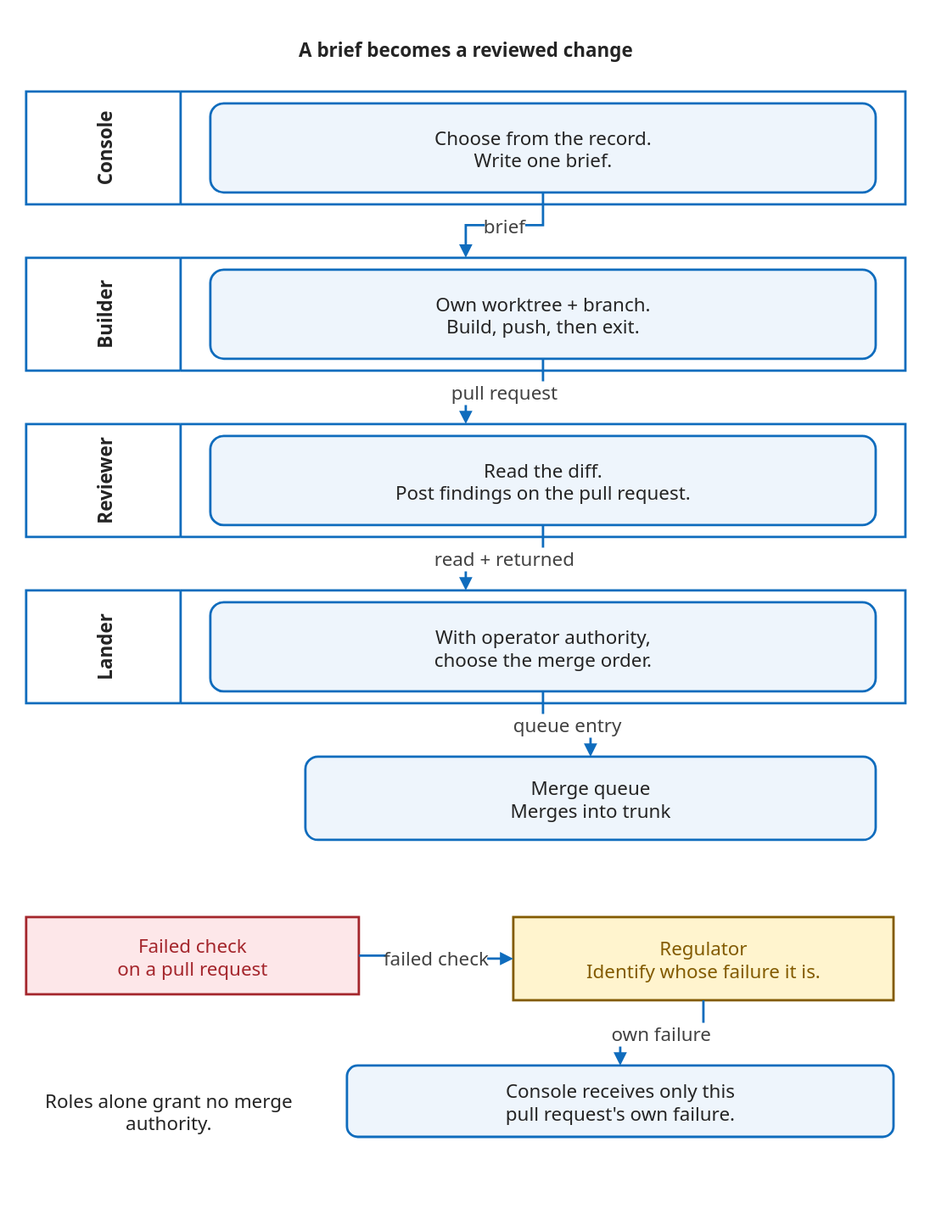
Before: docs/assets/diagrams/g04-build-handoffs.svg, a diagram exported from draw.io (wshallwshall/korus). Source tidied: cells renumbered, new cells last; positions are measured from the earlier drawing's top-left corner, leaving out a move shared by most shapes.
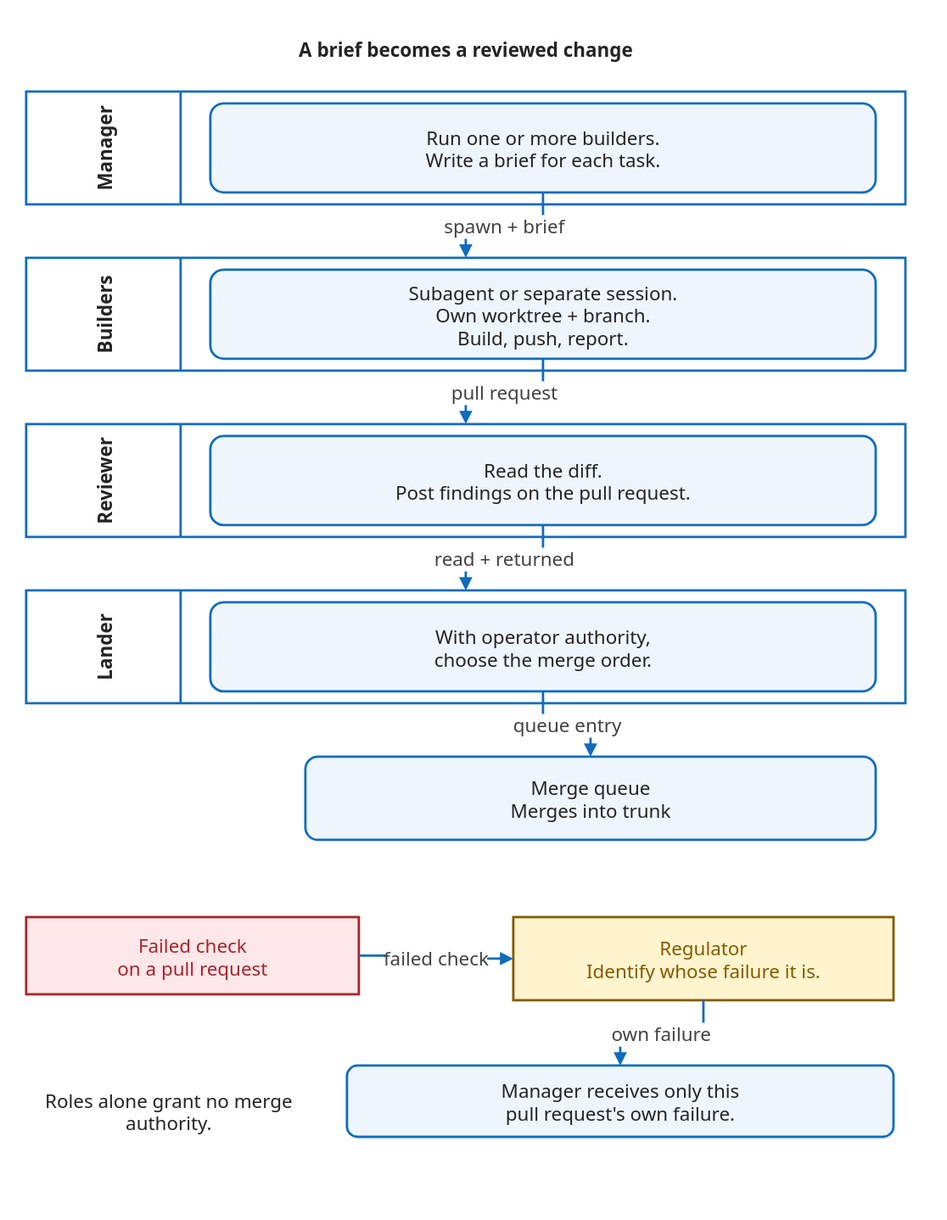
After the change.

Change to the diagram source:
```diff
@@ -8,19 +8,19 @@
     <mxCell id="3" value="A brief becomes a reviewed change" style="html=0;fontFamily=Segoe UI,Arial,sans-serif;fontSize=16;fontColor=#242424;strokeColor=#0f6cbd;strokeWidth=2;fillColor=#eef5fc;spacing=10;fillColor=none;strokeColor=none;spacing=0;fontStyle=1;fontFamily=Segoe UI,Arial,sans-serif;fontSize=16;" parent="1" vertex="1">
       <mxGeometry x="10" y="8" width="740" height="42" as="geometry" />
     </mxCell>
-    <mxCell id="4" value="Console" style="html=0;fontFamily=Segoe UI,Arial,sans-serif;fontSize=16;fontColor=#242424;strokeColor=#0f6cbd;strokeWidth=2;fillColor=#eef5fc;spacing=10;swimlane;startSize=130;horizontal=0;fillColor=#ffffff;fontFamily=Segoe UI,Arial,sans-serif;fontSize=16;" parent="1" vertex="1">
+    <mxCell id="4" value="Manager" style="html=0;fontFamily=Segoe UI,Arial,sans-serif;fontSize=16;fontColor=#242424;strokeColor=#0f6cbd;strokeWidth=2;fillColor=#eef5fc;spacing=10;swimlane;startSize=130;horizontal=0;fillColor=#ffffff;fontFamily=Segoe UI,Arial,sans-serif;fontSize=16;" parent="1" vertex="1">
       <mxGeometry x="10" y="65" width="740" height="95" as="geometry" />
     </mxCell>
-    <mxCell id="5" value="Choose from the record.&#10;Write one brief." style="html=0;fontFamily=Segoe UI,Arial,sans-serif;fontSize=16;fontColor=#242424;strokeColor=#0f6cbd;strokeWidth=2;fillColor=#eef5fc;spacing=10;rounded=1;fontFamily=Segoe UI,Arial,sans-serif;fontSize=16;" parent="4" vertex="1">
+    <mxCell id="5" value="Run one or more builders.&#10;Write a brief for each task." style="html=0;fontFamily=Segoe UI,Arial,sans-serif;fontSize=16;fontColor=#242424;strokeColor=#0f6cbd;strokeWidth=2;fillColor=#eef5fc;spacing=10;rounded=1;fontFamily=Segoe UI,Arial,sans-serif;fontSize=16;" parent="4" vertex="1">
       <mxGeometry x="155" y="10" width="560" height="75" as="geometry" />
     </mxCell>
-    <mxCell id="6" value="Builder" style="html=0;fontFamily=Segoe UI,Arial,sans-serif;fontSize=16;fontColor=#242424;strokeColor=#0f6cbd;strokeWidth=2;fillColor=#eef5fc;spacing=10;swimlane;startSize=130;horizontal=0;fillColor=#ffffff;fontFamily=Segoe UI,Arial,sans-serif;fontSize=16;" parent="1" vertex="1">
+    <mxCell id="6" value="Builders" style="html=0;fontFamily=Segoe UI,Arial,sans-serif;fontSize=16;fontColor=#242424;strokeColor=#0f6cbd;strokeWidth=2;fillColor=#eef5fc;spacing=10;swimlane;startSize=130;horizontal=0;fillColor=#ffffff;fontFamily=Segoe UI,Arial,sans-serif;fontSize=16;" parent="1" vertex="1">
       <mxGeometry x="10" y="205" width="740" height="95" as="geometry" />
     </mxCell>
-    <mxCell id="7" value="Own worktree + branch.&#10;Build, push, then exit." style="html=0;fontFamily=Segoe UI,Arial,sans-serif;fontSize=16;fontColor=#242424;strokeColor=#0f6cbd;strokeWidth=2;fillColor=#eef5fc;spacing=10;rounded=1;fontFamily=Segoe UI,Arial,sans-serif;fontSize=16;" parent="6" vertex="1">
+    <mxCell id="7" value="Subagent or separate session.&#10;Own worktree + branch.&#10;Build, push, report." style="html=0;fontFamily=Segoe UI,Arial,sans-serif;fontSize=16;fontColor=#242424;strokeColor=#0f6cbd;strokeWidth=2;fillColor=#eef5fc;spacing=10;rounded=1;fontFamily=Segoe UI,Arial,sans-serif;fontSize=16;" parent="6" vertex="1">
       <mxGeometry x="155" y="10" width="560" height="75" as="geometry" />
     </mxCell>
-    <mxCell id="8" value="brief" style="edgeStyle=orthogonalEdgeStyle;rounded=0;html=0;fontFamily=Segoe UI,Arial,sans-serif;fontSize=16;fontColor=#424242;labelBackgroundColor=#ffffff;strokeColor=#0f6cbd;strokeWidth=2;endArrow=block;endFill=1;" parent="1" edge="1" source="5" target="6">
+    <mxCell id="8" value="spawn + brief" style="edgeStyle=orthogonalEdgeStyle;rounded=0;html=0;fontFamily=Segoe UI,Arial,sans-serif;fontSize=16;fontColor=#424242;labelBackgroundColor=#ffffff;strokeColor=#0f6cbd;strokeWidth=2;endArrow=block;endFill=1;" parent="1" edge="1" source="5" target="6">
       <mxGeometry relative="1" as="geometry" />
     </mxCell>
     <mxCell id="9" value="Reviewer" style="html=0;fontFamily=Segoe UI,Arial,sans-serif;fontSize=16;fontColor=#242424;strokeColor=#0f6cbd;strokeWidth=2;fillColor=#eef5fc;spacing=10;swimlane;startSize=130;horizontal=0;fillColor=#ffffff;fontFamily=Segoe UI,Arial,sans-serif;fontSize=16;" parent="1" vertex="1">
@@ -56,7 +56,7 @@
     <mxCell id="19" value="failed check" style="edgeStyle=orthogonalEdgeStyle;rounded=0;html=0;fontFamily=Segoe UI,Arial,sans-serif;fontSize=16;fontColor=#424242;labelBackgroundColor=#ffffff;strokeColor=#0f6cbd;strokeWidth=2;endArrow=block;endFill=1;" parent="1" edge="1" source="17" target="18">
       <mxGeometry relative="1" as="geometry" />
     </mxCell>
-    <mxCell id="20" value="Console receives only this&#10;pull request's own failure." style="html=0;fontFamily=Segoe UI,Arial,sans-serif;fontSize=16;fontColor=#242424;strokeColor=#0f6cbd;strokeWidth=2;fillColor=#eef5fc;spacing=10;rounded=1;fontFamily=Segoe UI,Arial,sans-serif;fontSize=16;" parent="1" vertex="1">
+    <mxCell id="20" value="Manager receives only this&#10;pull request's own failure." style="html=0;fontFamily=Segoe UI,Arial,sans-serif;fontSize=16;fontColor=#242424;strokeColor=#0f6cbd;strokeWidth=2;fillColor=#eef5fc;spacing=10;rounded=1;fontFamily=Segoe UI,Arial,sans-serif;fontSize=16;" parent="1" vertex="1">
       <mxGeometry x="280" y="885" width="460" height="60" as="geometry" />
     </mxCell>
     <mxCell id="21" value="own failure" style="edgeStyle=orthogonalEdgeStyle;rounded=0;html=0;fontFamily=Segoe UI,Arial,sans-serif;fontSize=16;fontColor=#424242;labelBackgroundColor=#ffffff;strokeColor=#0f6cbd;strokeWidth=2;endArrow=block;endFill=1;" parent="1" edge="1" source="18" target="20">
```
